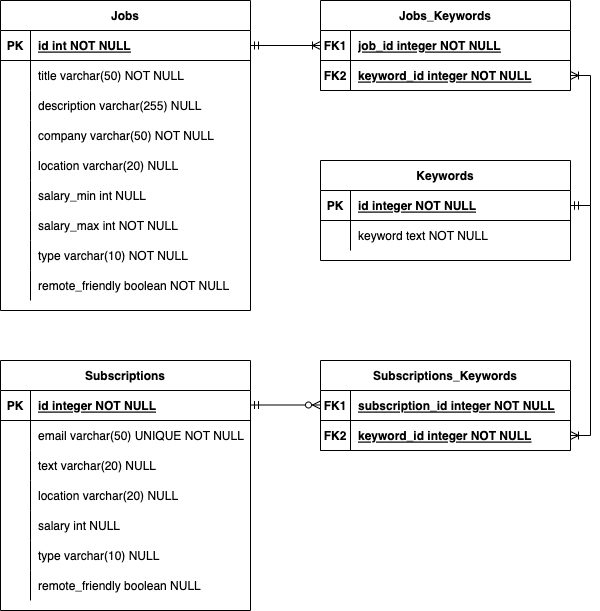
Before: docs/models.png, a diagram exported from draw.io (ariel17/jobberwocky). Source tidied: cells renumbered, new cells last; positions are measured from the earlier drawing's top-left corner, leaving out a move shared by most shapes.
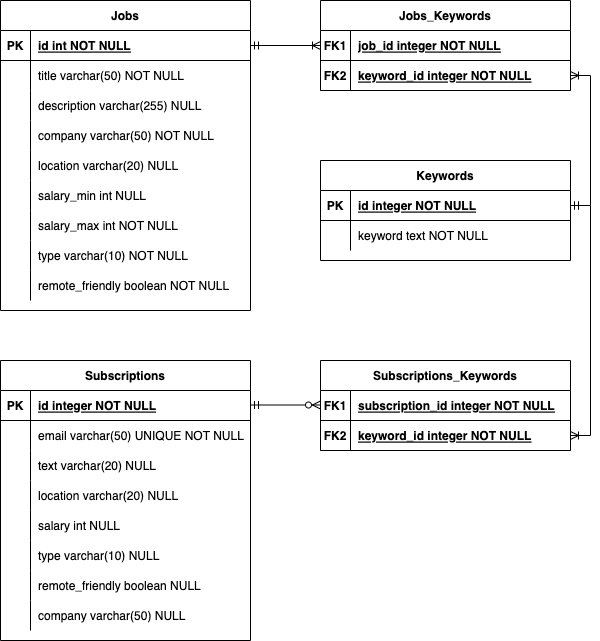
After the commit.

Commit message:
Updates models diagram.

Diff of the diagram source:
```diff
@@ -135,7 +135,7 @@
       <mxGeometry relative="1" as="geometry" />
     </mxCell>
     <mxCell id="46" value="Subscriptions" style="shape=table;startSize=30;rowLines=0;fontStyle=1;align=center;" parent="1" vertex="1">
-      <mxGeometry y="360" width="250" height="250" as="geometry" />
+      <mxGeometry y="360" width="250" height="280" as="geometry" />
     </mxCell>
     <mxCell id="47" style="shape=partialRectangle;fillColor=none;top=0;left=0;right=0;bottom=1;" parent="46" vertex="1">
       <mxGeometry y="30" width="250" height="30" as="geometry" />
@@ -200,6 +200,15 @@
     <mxCell id="67" value="remote_friendly boolean NULL" style="shape=partialRectangle;overflow=hidden;fillColor=none;top=0;left=0;bottom=0;right=0;align=left;spacingLeft=6;" parent="65" vertex="1">
       <mxGeometry x="30" width="220" height="30" as="geometry" />
     </mxCell>
+    <mxCell id="77" style="shape=partialRectangle;fillColor=none;top=0;left=0;right=0;bottom=0;" parent="46" vertex="1">
+      <mxGeometry y="240" width="250" height="30" as="geometry" />
+    </mxCell>
+    <mxCell id="78" style="shape=partialRectangle;overflow=hidden;fillColor=none;top=0;left=0;bottom=0;right=0;" parent="77" vertex="1">
+      <mxGeometry width="30" height="30" as="geometry" />
+    </mxCell>
+    <mxCell id="79" value="company varchar(50) NULL" style="shape=partialRectangle;overflow=hidden;fillColor=none;top=0;left=0;bottom=0;right=0;align=left;spacingLeft=6;" parent="77" vertex="1">
+      <mxGeometry x="30" width="220" height="30" as="geometry" />
+    </mxCell>
     <mxCell id="68" value="Subscriptions_Keywords" style="shape=table;startSize=30;rowLines=0;fontStyle=1;align=center;" parent="1" vertex="1">
       <mxGeometry x="320" y="360" width="250" height="90" as="geometry" />
     </mxCell>
```
